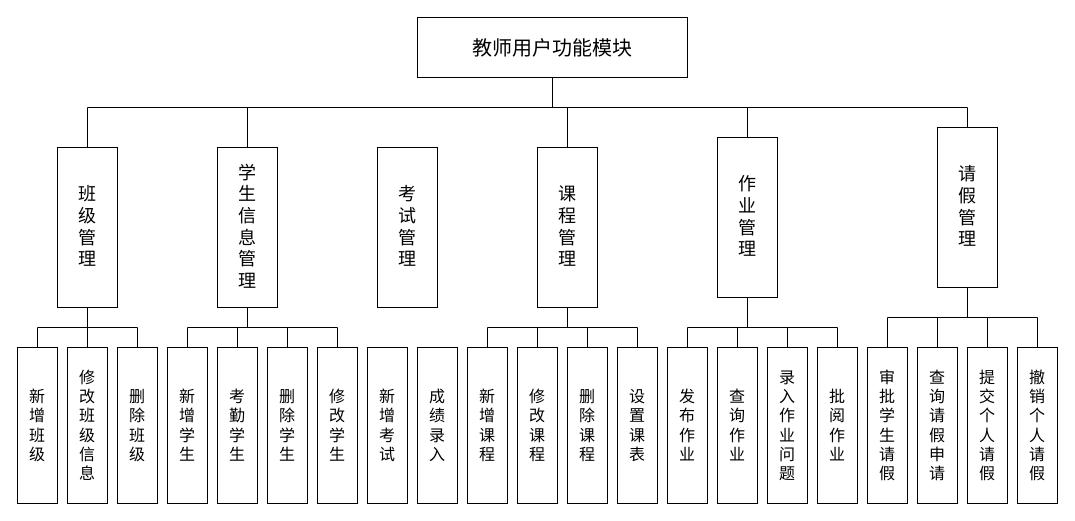
yuglei/design keeps this draw.io diagram as page "教师用户子系统功能模块" (22 of 44) of 系统结构图.drawio. Above is the earlier version. Source tidied: cells renumbered, new cells numbered last; positions are measured from the earlier drawing's top-left corner, leaving out a move shared by most shapes. Both pictures are drawn from the tidied source at 100%, with x=0, y=0 at pixel (17, 17).
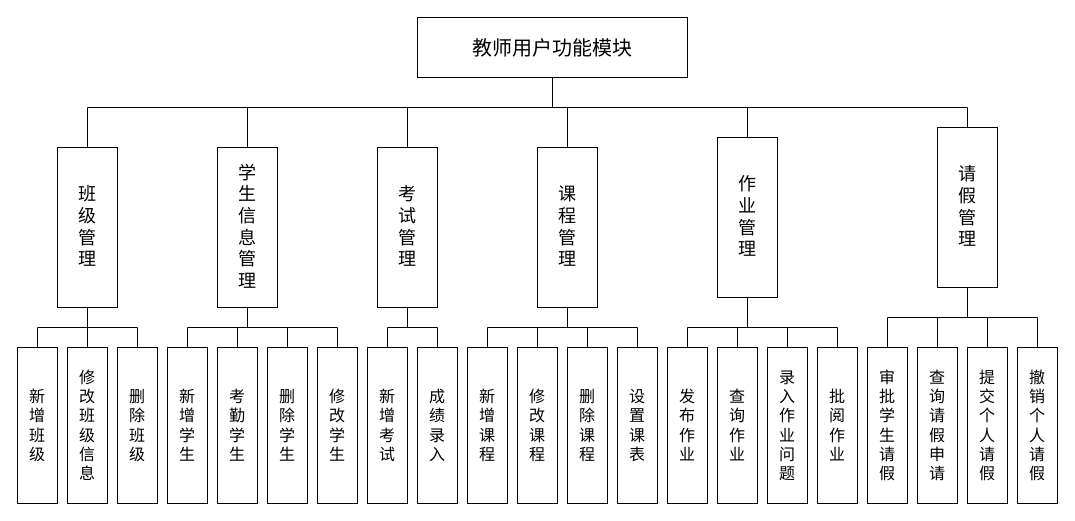
The same page after the edit.

The change refers to these unchanged cells:
```xml
<mxCell id="7" value="&lt;font style=&quot;font-size: 20px;&quot;&gt;教师用户功能模块&lt;/font&gt;" style="rounded=0;whiteSpace=wrap;html=1;" parent="1" vertex="1">
  <mxGeometry x="400" width="270" height="60" as="geometry" />
</mxCell>
<mxCell id="53" value="&lt;span style=&quot;font-size: 18px;&quot;&gt;考&lt;/span&gt;&lt;div&gt;&lt;span style=&quot;font-size: 18px;&quot;&gt;试&lt;/span&gt;&lt;/div&gt;&lt;div&gt;&lt;span style=&quot;font-size: 18px;&quot;&gt;管&lt;/span&gt;&lt;/div&gt;&lt;div&gt;&lt;span style=&quot;font-size: 18px;&quot;&gt;理&lt;/span&gt;&lt;/div&gt;" style="rounded=0;whiteSpace=wrap;html=1;direction=south;" parent="1" vertex="1">
  <mxGeometry x="360" y="130" width="60" height="160" as="geometry" />
</mxCell>
<mxCell id="54" value="&lt;div style=&quot;font-size: 16px;&quot;&gt;新&lt;/div&gt;&lt;div style=&quot;font-size: 16px;&quot;&gt;增&lt;/div&gt;&lt;div style=&quot;font-size: 16px;&quot;&gt;考&lt;/div&gt;&lt;div style=&quot;font-size: 16px;&quot;&gt;试&lt;/div&gt;" style="rounded=0;whiteSpace=wrap;html=1;direction=south;" parent="1" vertex="1">
  <mxGeometry x="350" y="330" width="40" height="156" as="geometry" />
</mxCell>
<mxCell id="55" value="&lt;div style=&quot;font-size: 16px;&quot;&gt;成&lt;/div&gt;&lt;div style=&quot;font-size: 16px;&quot;&gt;绩&lt;/div&gt;&lt;div style=&quot;font-size: 16px;&quot;&gt;录&lt;/div&gt;&lt;div style=&quot;font-size: 16px;&quot;&gt;入&lt;/div&gt;" style="rounded=0;whiteSpace=wrap;html=1;direction=south;" parent="1" vertex="1">
  <mxGeometry x="400" y="330" width="40" height="156" as="geometry" />
</mxCell>
```

Change to the diagram source:
```diff
@@
+    <mxCell id="57" style="edgeStyle=orthogonalEdgeStyle;rounded=0;jettySize=auto;html=1;exitX=0.5;exitY=1;exitDx=0;exitDy=0;entryX=0;entryY=0.5;entryDx=0;entryDy=0;fontSize=12;startSize=8;endSize=8;endArrow=none;endFill=0;" parent="1" edge="1" source="7" target="53">
+      <mxGeometry relative="1" as="geometry">
+        <Array as="points">
+          <mxPoint x="535" y="90" />
+          <mxPoint x="390" y="90" />
+        </Array>
+      </mxGeometry>
+    </mxCell>
@@
+    <mxCell id="58" style="edgeStyle=orthogonalEdgeStyle;rounded=0;jettySize=auto;html=1;exitX=1;exitY=0.5;exitDx=0;exitDy=0;entryX=0;entryY=0.5;entryDx=0;entryDy=0;fontSize=12;startSize=8;endSize=8;endArrow=none;endFill=0;" parent="1" edge="1" source="53" target="54">
+      <mxGeometry relative="1" as="geometry" />
+    </mxCell>
+    <mxCell id="59" style="edgeStyle=orthogonalEdgeStyle;rounded=0;jettySize=auto;html=1;exitX=1;exitY=0.5;exitDx=0;exitDy=0;entryX=0;entryY=0.5;entryDx=0;entryDy=0;fontSize=12;startSize=8;endSize=8;endArrow=none;endFill=0;" parent="1" edge="1" source="53" target="55">
+      <mxGeometry relative="1" as="geometry" />
+    </mxCell>
```
